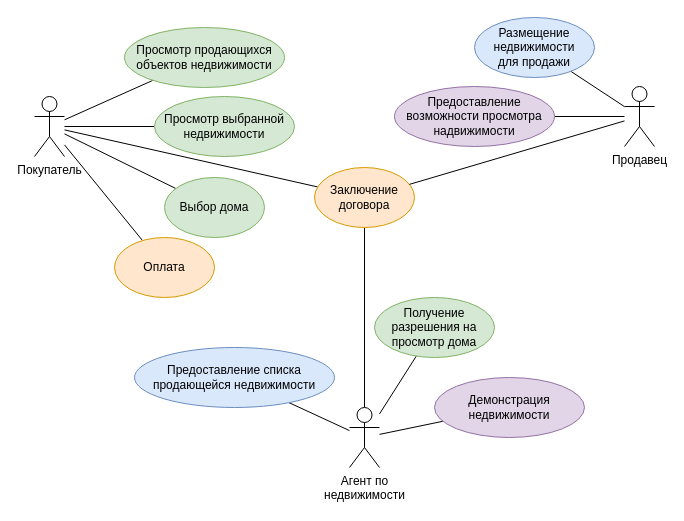
This is page "Page-1" (1 of 2) of ДЗ.drawio from aleksey899/Boom21, a draw.io file, before an edit. Source tidied: cells renumbered, new cells numbered last; positions are measured from the earlier drawing's top-left corner, leaving out a move shared by most shapes. Both pictures are drawn from the tidied source at 100%, with x=0, y=0 at pixel (34, 17).
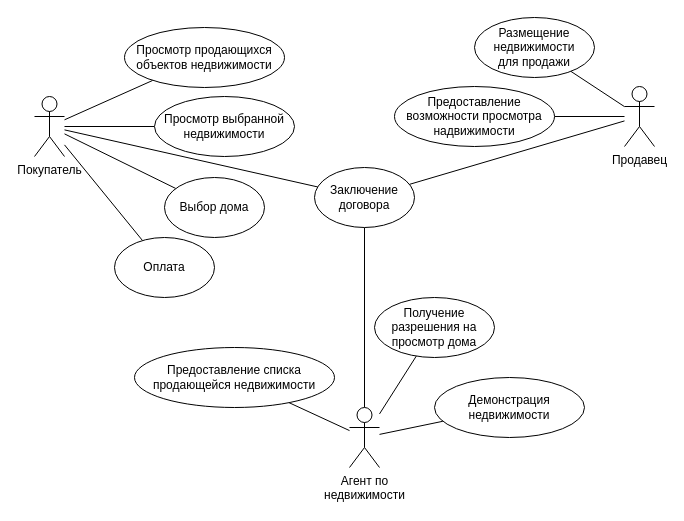
After the change.

The edit, as a diff of the source:
```diff
@@
-    <mxCell id="13" value="Выбор дома" style="ellipse;whiteSpace=wrap;html=1;fillColor=#d5e8d4;strokeColor=#82b366;" parent="1" vertex="1">
+    <mxCell id="13" value="Выбор дома" style="ellipse;whiteSpace=wrap;html=1;" parent="1" vertex="1">
       <mxGeometry x="130" y="160" width="100" height="60" as="geometry" />
     </mxCell>
-    <mxCell id="14" value="Просмотр выбранной&lt;br&gt;недвижимости" style="ellipse;whiteSpace=wrap;html=1;fillColor=#d5e8d4;strokeColor=#82b366;" parent="1" vertex="1">
+    <mxCell id="14" value="Просмотр выбранной&lt;br&gt;недвижимости" style="ellipse;whiteSpace=wrap;html=1;" parent="1" vertex="1">
       <mxGeometry x="120" y="79" width="140" height="60" as="geometry" />
     </mxCell>
-    <mxCell id="15" value="Заключение договора" style="ellipse;whiteSpace=wrap;html=1;fillColor=#ffe6cc;strokeColor=#d79b00;" parent="1" vertex="1">
+    <mxCell id="15" value="Заключение договора" style="ellipse;whiteSpace=wrap;html=1;" parent="1" vertex="1">
       <mxGeometry x="280" y="150" width="100" height="60" as="geometry" />
     </mxCell>
-    <mxCell id="16" value="Оплата" style="ellipse;whiteSpace=wrap;html=1;fillColor=#ffe6cc;strokeColor=#d79b00;" parent="1" vertex="1">
+    <mxCell id="16" value="Оплата" style="ellipse;whiteSpace=wrap;html=1;" parent="1" vertex="1">
       <mxGeometry x="80" y="220" width="100" height="60" as="geometry" />
     </mxCell>
@@
-    <mxCell id="18" value="&lt;div&gt;Просмотр продающихся объектов недвижимости&lt;/div&gt;" style="ellipse;whiteSpace=wrap;html=1;fillColor=#d5e8d4;strokeColor=#82b366;" parent="1" vertex="1">
+    <mxCell id="18" value="&lt;div&gt;Просмотр продающихся объектов недвижимости&lt;/div&gt;" style="ellipse;whiteSpace=wrap;html=1;" parent="1" vertex="1">
       <mxGeometry x="90" y="10" width="160" height="60" as="geometry" />
     </mxCell>
@@
-    <mxCell id="21" value="Предоставление возможности просмотра надвижимости" style="ellipse;whiteSpace=wrap;html=1;fillColor=#e1d5e7;strokeColor=#9673a6;" parent="1" vertex="1">
+    <mxCell id="21" value="Предоставление возможности просмотра надвижимости" style="ellipse;whiteSpace=wrap;html=1;" parent="1" vertex="1">
       <mxGeometry x="360" y="69" width="160" height="60" as="geometry" />
     </mxCell>
@@
-    <mxCell id="23" value="&lt;div&gt;Размещение недвижимости&lt;/div&gt;&lt;div&gt;для продажи&lt;br&gt;&lt;/div&gt;" style="ellipse;whiteSpace=wrap;html=1;fillColor=#dae8fc;strokeColor=#6c8ebf;" parent="1" vertex="1">
+    <mxCell id="23" value="&lt;div&gt;Размещение недвижимости&lt;/div&gt;&lt;div&gt;для продажи&lt;br&gt;&lt;/div&gt;" style="ellipse;whiteSpace=wrap;html=1;" parent="1" vertex="1">
       <mxGeometry x="440" width="120" height="60" as="geometry" />
     </mxCell>
-    <mxCell id="24" value="Предоставление списка продающейся недвижимости" style="ellipse;whiteSpace=wrap;html=1;fillColor=#dae8fc;strokeColor=#6c8ebf;" parent="1" vertex="1">
+    <mxCell id="24" value="Предоставление списка продающейся недвижимости" style="ellipse;whiteSpace=wrap;html=1;" parent="1" vertex="1">
       <mxGeometry x="100" y="330" width="200" height="60" as="geometry" />
     </mxCell>
-    <mxCell id="25" value="Получение разрешения на просмотр дома" style="ellipse;whiteSpace=wrap;html=1;fillColor=#d5e8d4;strokeColor=#82b366;" parent="1" vertex="1">
+    <mxCell id="25" value="Получение разрешения на просмотр дома" style="ellipse;whiteSpace=wrap;html=1;" parent="1" vertex="1">
       <mxGeometry x="340" y="280" width="120" height="60" as="geometry" />
     </mxCell>
-    <mxCell id="26" value="Демонстрация недвижимости" style="ellipse;whiteSpace=wrap;html=1;fillColor=#e1d5e7;strokeColor=#9673a6;" parent="1" vertex="1">
+    <mxCell id="26" value="Демонстрация недвижимости" style="ellipse;whiteSpace=wrap;html=1;" parent="1" vertex="1">
       <mxGeometry x="400" y="360" width="150" height="60" as="geometry" />
     </mxCell>
```
